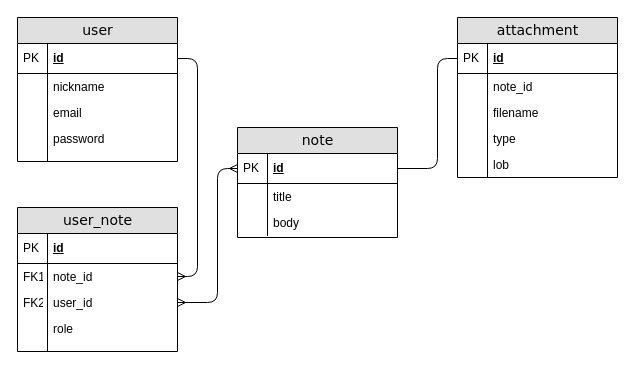
The draw.io diagram todolist-db/Untitled Diagram.drawio in AminevRamil/ToDoList, before the edit. Source tidied: cells renumbered, new cells numbered last; positions are measured from the earlier drawing's top-left corner, leaving out a move shared by most shapes. Both pictures are drawn from the tidied source at 100%, with x=0, y=0 at pixel (17, 17).
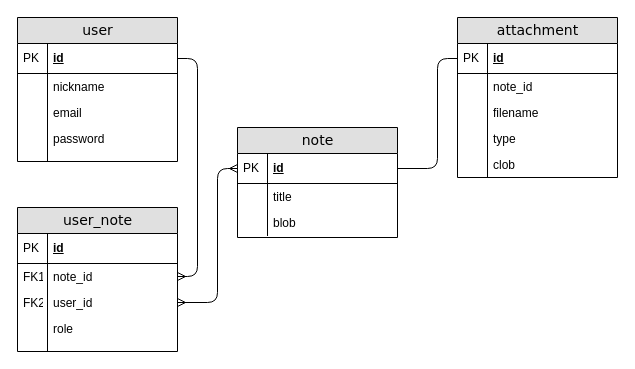
The same diagram, later.

The change refers to these unchanged cells:
```xml
<mxCell id="2" value="note" style="swimlane;html=1;fontStyle=0;horizontal=1;startSize=26;fillColor=#e0e0e0;swimlaneFillColor=#ffffff;align=center;rounded=0;shadow=0;comic=0;labelBackgroundColor=none;strokeWidth=1;fontFamily=Verdana;fontSize=14;swimlaneLine=1;" parent="1" vertex="1">
  <mxGeometry x="220" y="110" width="160" height="110" as="geometry" />
</mxCell>
<mxCell id="20" value="attachment" style="swimlane;html=1;fontStyle=0;horizontal=1;startSize=26;fillColor=#e0e0e0;swimlaneFillColor=#ffffff;align=center;rounded=0;shadow=0;comic=0;labelBackgroundColor=none;strokeWidth=1;fontFamily=Verdana;fontSize=14;" parent="1" vertex="1">
  <mxGeometry x="440" width="160" height="160" as="geometry" />
</mxCell>
```

Change to the diagram source:
```diff
@@
-    <mxCell id="7" value="body" style="shape=partialRectangle;top=0;left=0;right=0;bottom=0;html=1;align=left;verticalAlign=top;fillColor=none;spacingLeft=34;spacingRight=4;whiteSpace=wrap;overflow=hidden;" parent="2" vertex="1">
+    <mxCell id="7" value="blob" style="shape=partialRectangle;top=0;left=0;right=0;bottom=0;html=1;align=left;verticalAlign=top;fillColor=none;spacingLeft=34;spacingRight=4;whiteSpace=wrap;overflow=hidden;" parent="2" vertex="1">
       <mxGeometry y="82" width="160" height="26" as="geometry" />
     </mxCell>
@@
-    <mxCell id="29" value="lob" style="shape=partialRectangle;top=0;left=0;right=0;bottom=0;html=1;align=left;verticalAlign=top;fillColor=none;spacingLeft=34;spacingRight=4;whiteSpace=wrap;overflow=hidden;" parent="20" vertex="1">
+    <mxCell id="29" value="clob" style="shape=partialRectangle;top=0;left=0;right=0;bottom=0;html=1;align=left;verticalAlign=top;fillColor=none;spacingLeft=34;spacingRight=4;whiteSpace=wrap;overflow=hidden;" parent="20" vertex="1">
       <mxGeometry y="134" width="160" height="26" as="geometry" />
     </mxCell>
```
